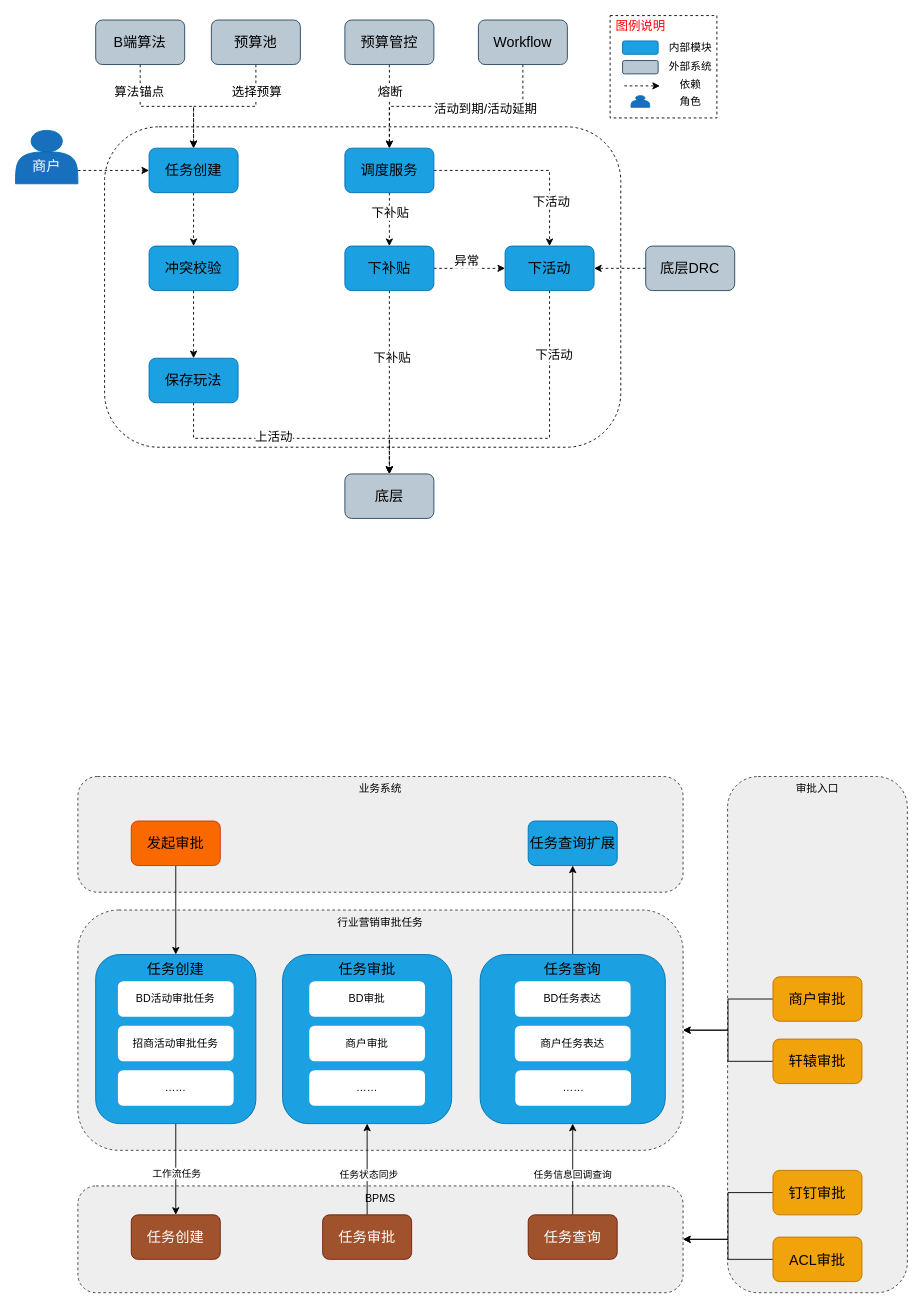
jon-kong/draw.io keeps this draw.io diagram as page "审批流逻辑架构" (2 of 5) of 阶梯爆红包架构方案.drawio. Above is the earlier version. Source tidied: cells renumbered, new cells numbered last; positions are measured from the earlier drawing's top-left corner, leaving out a move shared by most shapes. Both pictures are drawn from the tidied source at 89%, with x=0, y=0 at pixel (15, 15).
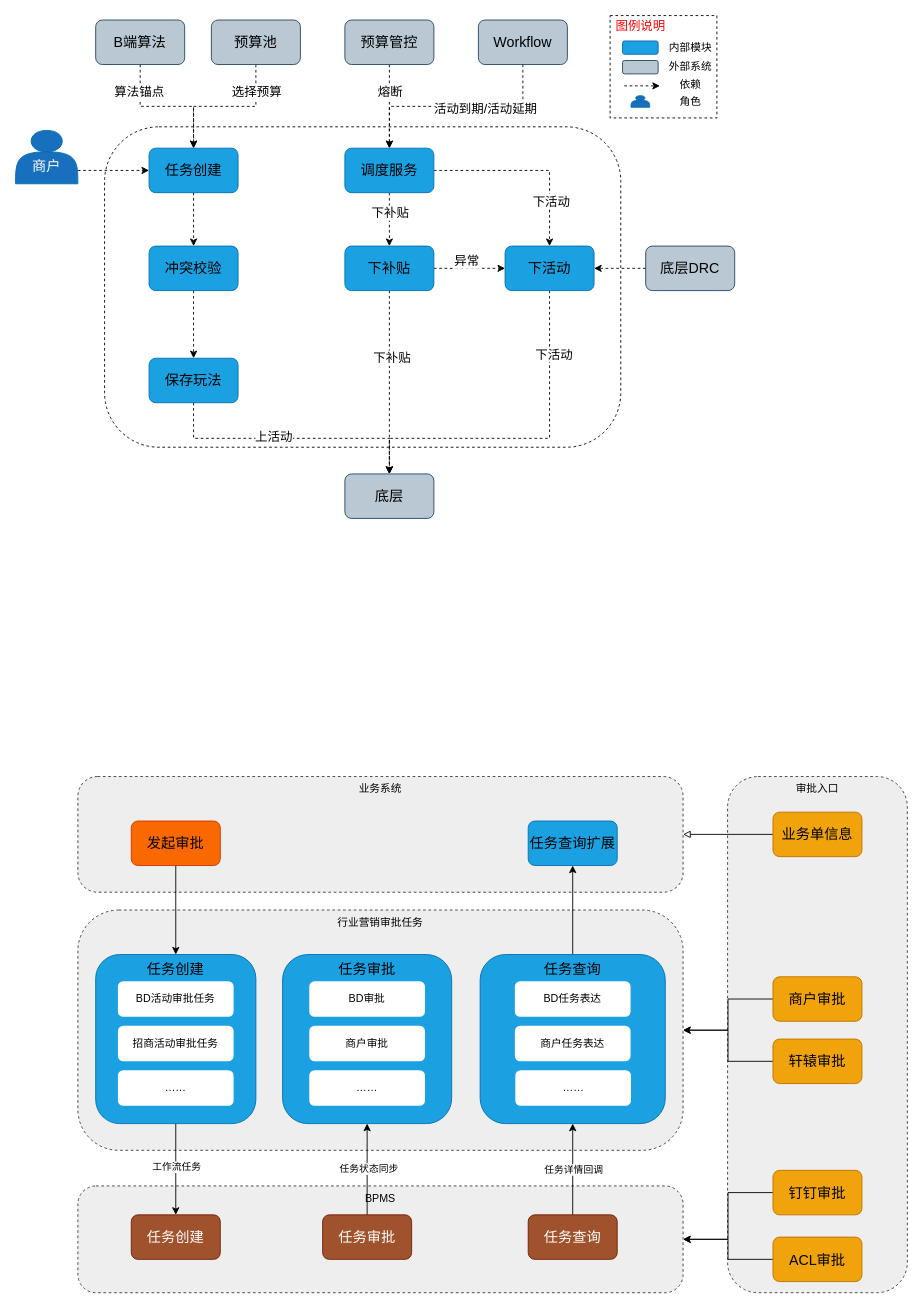
The same diagram, later.

The change refers to these unchanged cells:
```xml
<mxCell id="52" style="edgeStyle=orthogonalEdgeStyle;rounded=0;jettySize=auto;html=1;exitX=0.5;exitY=1;exitDx=0;exitDy=0;entryX=0.5;entryY=0;entryDx=0;entryDy=0;" parent="1" edge="1" source="54" target="66">
  <mxGeometry relative="1" as="geometry" />
</mxCell>
<mxCell id="56" value="业务系统" style="rounded=1;whiteSpace=wrap;html=1;dashed=1;arcSize=17;verticalAlign=top;fillColor=#eeeeee;strokeColor=#36393d;" parent="1" vertex="1">
  <mxGeometry x="70" y="855" width="680" height="130" as="geometry" />
</mxCell>
<mxCell id="67" style="edgeStyle=orthogonalEdgeStyle;rounded=0;jettySize=auto;html=1;exitX=0.5;exitY=0;exitDx=0;exitDy=0;" parent="1" edge="1" source="69" target="55">
  <mxGeometry relative="1" as="geometry" />
</mxCell>
<mxCell id="70" style="edgeStyle=orthogonalEdgeStyle;rounded=0;jettySize=auto;html=1;exitX=0.5;exitY=0;exitDx=0;exitDy=0;" parent="1" edge="1" source="72" target="74">
  <mxGeometry relative="1" as="geometry" />
</mxCell>
```

What changed in the source:
```diff
@@
     <mxCell id="53" value="工作流任务" style="edgeLabel;html=1;align=center;verticalAlign=middle;" parent="52" vertex="1">
-      <mxGeometry x="0.07" relative="1" as="geometry" />
+      <mxGeometry x="0.07" relative="1" as="geometry">
+        <mxPoint y="-7" as="offset" />
+      </mxGeometry>
     </mxCell>
@@
     <mxCell id="68" value="任务状态同步" style="edgeLabel;html=1;align=center;verticalAlign=middle;" parent="67" vertex="1">
-      <mxGeometry x="-0.12" y="-1" relative="1" as="geometry" />
+      <mxGeometry x="-0.12" y="-1" relative="1" as="geometry">
+        <mxPoint y="-7" as="offset" />
+      </mxGeometry>
     </mxCell>
@@
-    <mxCell id="71" value="任务信息回调查询" style="edgeLabel;html=1;align=center;verticalAlign=middle;" parent="70" vertex="1">
-      <mxGeometry x="-0.13" y="1" relative="1" as="geometry" />
+    <mxCell id="71" value="任务详情回调" style="edgeLabel;html=1;align=center;verticalAlign=middle;" parent="70" vertex="1">
+      <mxGeometry x="-0.13" y="1" relative="1" as="geometry">
+        <mxPoint x="1" y="-6" as="offset" />
+      </mxGeometry>
     </mxCell>
@@
+    <mxCell id="87" style="edgeStyle=orthogonalEdgeStyle;rounded=0;jettySize=auto;html=1;exitX=0;exitY=0.5;exitDx=0;exitDy=0;entryX=1;entryY=0.5;entryDx=0;entryDy=0;endArrow=block;endFill=0;" parent="1" edge="1" source="88" target="56">
+      <mxGeometry relative="1" as="geometry" />
+    </mxCell>
+    <mxCell id="88" value="业务单信息" style="rounded=1;whiteSpace=wrap;html=1;fillColor=#f0a30a;strokeColor=#BD7000;fontSize=16;fontColor=#000000;" parent="1" vertex="1">
+      <mxGeometry x="851" y="895" width="100" height="50" as="geometry" />
+    </mxCell>
```
